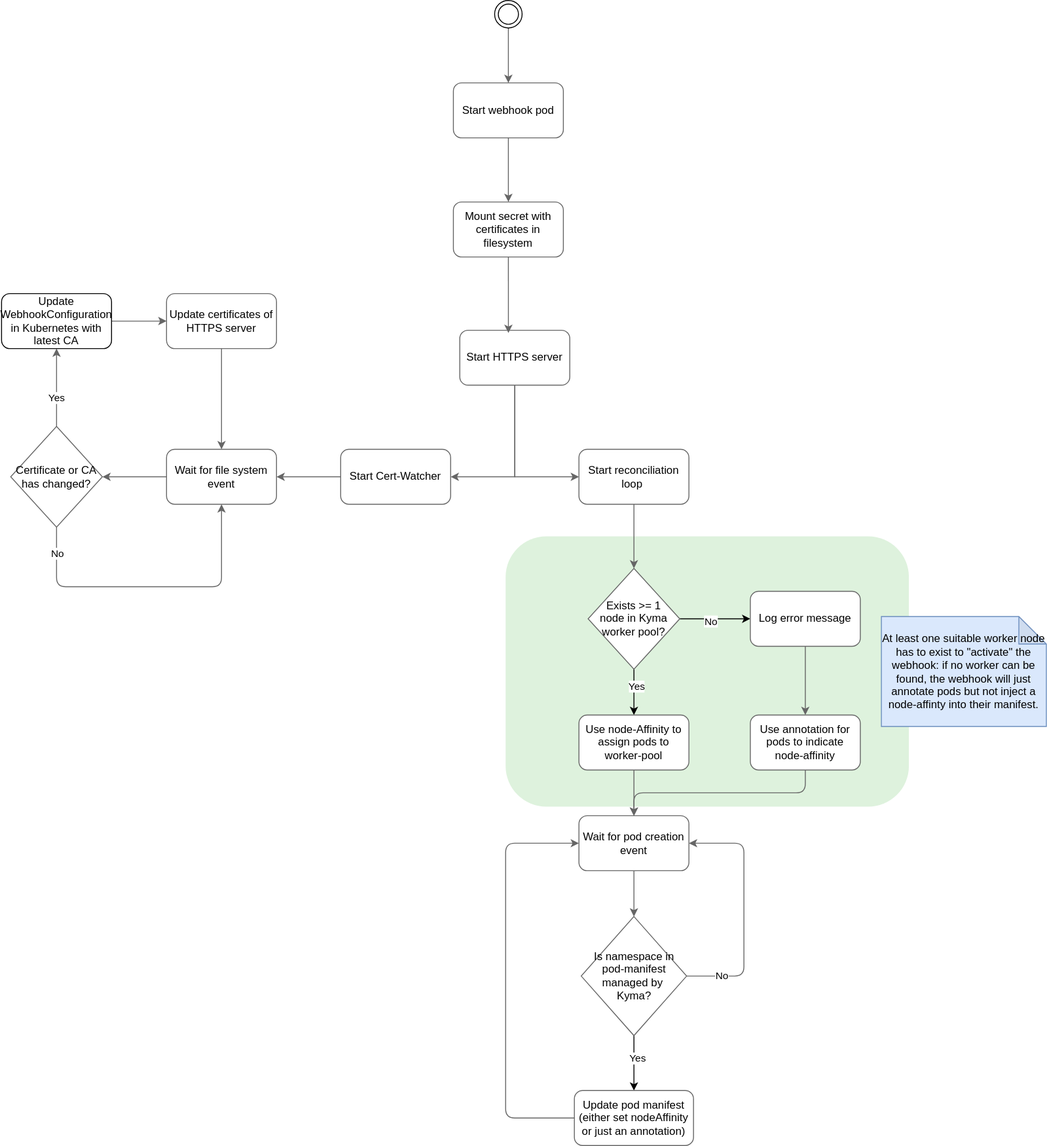
This is docs/contributor/assets/flow-snatch.svg from kyma-project/kim-snatch, a draw.io export, as it was before one commit. Source tidied: cells renumbered, new cells last; positions are measured from the earlier drawing's top-left corner, leaving out a move shared by most shapes.
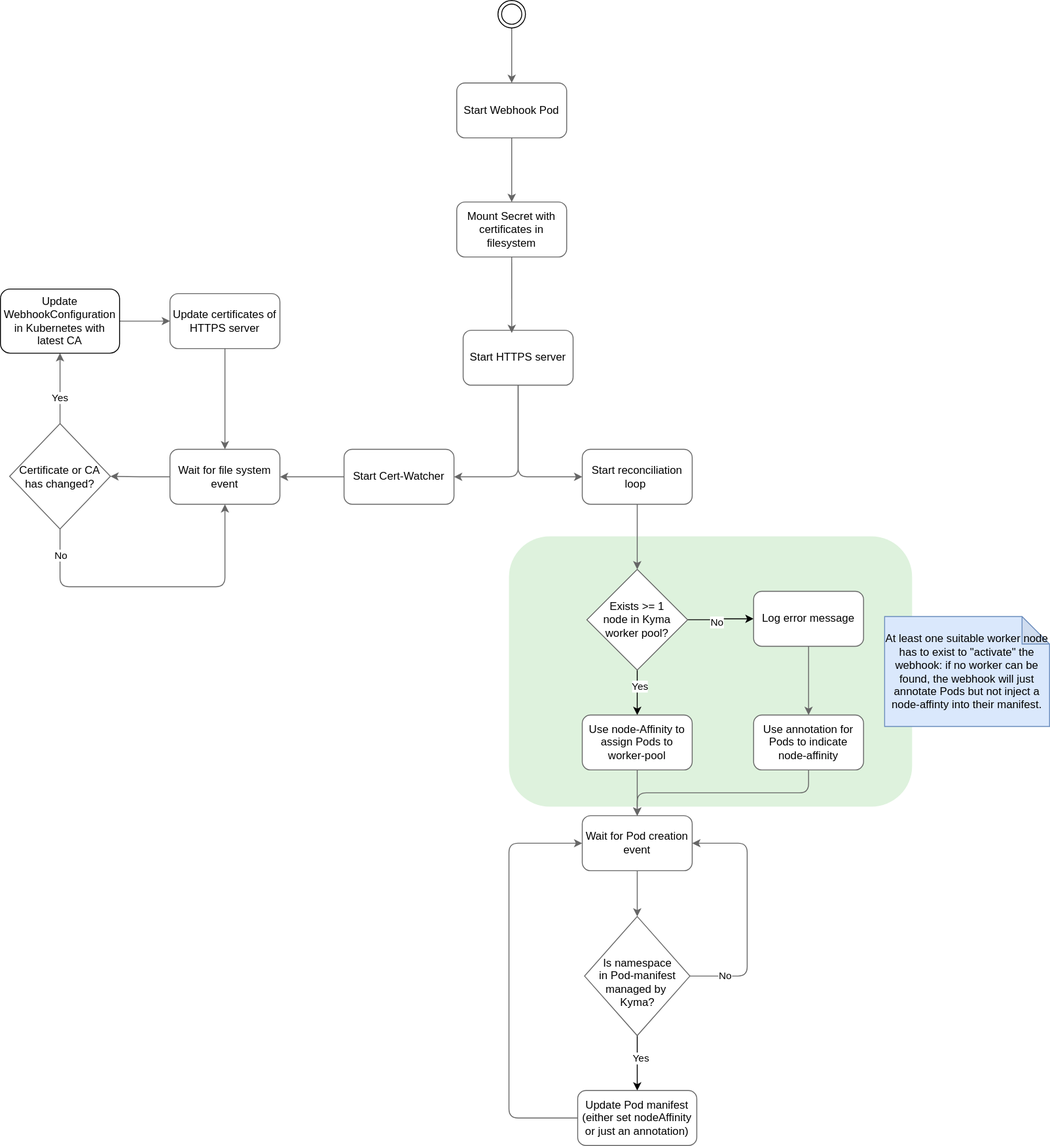
The same diagram one commit later.

What changed in the source:
```diff
@@ -8,7 +8,7 @@
     <mxCell id="3" style="edgeStyle=orthogonalEdgeStyle;rounded=0;jettySize=auto;html=1;exitX=0.5;exitY=1;exitDx=0;exitDy=0;entryX=0.5;entryY=0;entryDx=0;entryDy=0;strokeColor=#666666;" parent="1" edge="1" source="4" target="7">
       <mxGeometry relative="1" as="geometry" />
     </mxCell>
-    <mxCell id="4" value="Start webhook pod" style="rounded=1;whiteSpace=wrap;html=1;strokeColor=#666666;" parent="1" vertex="1">
+    <mxCell id="4" value="Start Webhook Pod" style="rounded=1;whiteSpace=wrap;html=1;strokeColor=#666666;" parent="1" vertex="1">
       <mxGeometry x="493" y="90" width="120" height="60" as="geometry" />
     </mxCell>
     <mxCell id="5" style="edgeStyle=orthogonalEdgeStyle;rounded=0;jettySize=auto;html=1;exitX=0.5;exitY=1;exitDx=0;exitDy=0;entryX=0.5;entryY=0;entryDx=0;entryDy=0;strokeColor=#666666;" parent="1" edge="1" source="6" target="4">
@@ -17,7 +17,7 @@
     <mxCell id="6" style="ellipse;shape=doubleEllipse;html=1;dashed=0;whiteSpace=wrap;" parent="1" vertex="1">
       <mxGeometry x="538" width="30" height="30" as="geometry" />
     </mxCell>
-    <mxCell id="7" value="Mount secret with certificates in filesystem" style="rounded=1;whiteSpace=wrap;html=1;strokeColor=#666666;" parent="1" vertex="1">
+    <mxCell id="7" value="Mount Secret with certificates in filesystem" style="rounded=1;whiteSpace=wrap;html=1;strokeColor=#666666;" parent="1" vertex="1">
       <mxGeometry x="493" y="220" width="120" height="60" as="geometry" />
     </mxCell>
     <mxCell id="8" style="edgeStyle=orthogonalEdgeStyle;rounded=0;jettySize=auto;html=1;exitX=1;exitY=0.5;exitDx=0;exitDy=0;entryX=0;entryY=0.5;entryDx=0;entryDy=0;" parent="1" edge="1" source="12" target="17">
@@ -33,12 +33,12 @@
       <mxGeometry x="-0.29" y="2" relative="1" as="geometry" />
     </mxCell>
     <mxCell id="12" value="Exists &amp;gt;= 1&lt;div&gt;node in Kyma worker pool?&lt;/div&gt;" style="rhombus;whiteSpace=wrap;html=1;strokeColor=#666666;" parent="1" vertex="1">
-      <mxGeometry x="640" y="620" width="100" height="110" as="geometry" />
+      <mxGeometry x="635" y="621" width="110" height="110" as="geometry" />
     </mxCell>
-    <mxCell id="13" style="edgeStyle=orthogonalEdgeStyle;rounded=0;jettySize=auto;html=1;exitX=0.5;exitY=1;exitDx=0;exitDy=0;entryX=0;entryY=0.5;entryDx=0;entryDy=0;strokeColor=#666666;" parent="1" edge="1" source="15" target="35">
+    <mxCell id="13" style="edgeStyle=orthogonalEdgeStyle;rounded=1;jettySize=auto;html=1;exitX=0.5;exitY=1;exitDx=0;exitDy=0;entryX=0;entryY=0.5;entryDx=0;entryDy=0;strokeColor=#666666;curved=0;" parent="1" edge="1" source="15" target="35">
       <mxGeometry relative="1" as="geometry" />
     </mxCell>
-    <mxCell id="14" style="edgeStyle=orthogonalEdgeStyle;rounded=0;jettySize=auto;html=1;exitX=0.5;exitY=1;exitDx=0;exitDy=0;entryX=1;entryY=0.5;entryDx=0;entryDy=0;strokeColor=#666666;" parent="1" edge="1" source="15" target="19">
+    <mxCell id="14" style="edgeStyle=orthogonalEdgeStyle;rounded=1;jettySize=auto;html=1;exitX=0.5;exitY=1;exitDx=0;exitDy=0;entryX=1;entryY=0.5;entryDx=0;entryDy=0;strokeColor=#666666;curved=0;" parent="1" edge="1" source="15" target="19">
       <mxGeometry relative="1" as="geometry" />
     </mxCell>
     <mxCell id="15" value="Start HTTPS server" style="rounded=1;whiteSpace=wrap;html=1;strokeColor=#666666;" parent="1" vertex="1">
@@ -59,7 +59,7 @@
     <mxCell id="20" style="edgeStyle=orthogonalEdgeStyle;rounded=1;jettySize=auto;html=1;exitX=0.5;exitY=1;exitDx=0;exitDy=0;entryX=0.5;entryY=0;entryDx=0;entryDy=0;strokeColor=#666666;curved=0;" parent="1" edge="1" source="21" target="41">
       <mxGeometry relative="1" as="geometry" />
     </mxCell>
-    <mxCell id="21" value="Use annotation for pods to indicate node-affinity" style="rounded=1;whiteSpace=wrap;html=1;strokeColor=#666666;" parent="1" vertex="1">
+    <mxCell id="21" value="Use annotation for Pods to indicate node-affinity" style="rounded=1;whiteSpace=wrap;html=1;strokeColor=#666666;" parent="1" vertex="1">
       <mxGeometry x="817" y="780" width="120" height="60" as="geometry" />
     </mxCell>
     <mxCell id="22" style="edgeStyle=orthogonalEdgeStyle;rounded=0;jettySize=auto;html=1;exitX=0.5;exitY=1;exitDx=0;exitDy=0;entryX=0.5;entryY=0;entryDx=0;entryDy=0;strokeColor=#666666;" parent="1" edge="1" source="35" target="12">
@@ -83,7 +83,7 @@
       <mxGeometry x="-0.25" y="1" relative="1" as="geometry" />
     </mxCell>
     <mxCell id="27" value="Certificate or CA has changed?" style="rhombus;whiteSpace=wrap;html=1;strokeColor=#666666;" parent="1" vertex="1">
-      <mxGeometry x="10" y="465" width="100" height="110" as="geometry" />
+      <mxGeometry x="5" y="462" width="110" height="115" as="geometry" />
     </mxCell>
     <mxCell id="28" style="edgeStyle=orthogonalEdgeStyle;rounded=0;jettySize=auto;html=1;exitX=0;exitY=0.5;exitDx=0;exitDy=0;entryX=1;entryY=0.5;entryDx=0;entryDy=0;strokeColor=#666666;" parent="1" edge="1" source="29" target="27">
       <mxGeometry relative="1" as="geometry" />
@@ -95,7 +95,7 @@
       <mxGeometry relative="1" as="geometry" />
     </mxCell>
     <mxCell id="31" value="Update WebhookConfiguration in Kubernetes with latest CA" style="rounded=1;whiteSpace=wrap;html=1;" parent="1" vertex="1">
-      <mxGeometry y="320" width="120" height="60" as="geometry" />
+      <mxGeometry x="-5" y="315" width="130" height="70" as="geometry" />
     </mxCell>
     <mxCell id="32" style="edgeStyle=orthogonalEdgeStyle;rounded=0;jettySize=auto;html=1;exitX=0.5;exitY=1;exitDx=0;exitDy=0;entryX=0.5;entryY=0;entryDx=0;entryDy=0;strokeColor=#666666;" parent="1" edge="1" source="33" target="29">
       <mxGeometry relative="1" as="geometry" />
@@ -112,7 +112,7 @@
     <mxCell id="36" style="edgeStyle=orthogonalEdgeStyle;rounded=0;jettySize=auto;html=1;exitX=0.5;exitY=1;exitDx=0;exitDy=0;entryX=0.5;entryY=0;entryDx=0;entryDy=0;strokeColor=#666666;" parent="1" edge="1" source="37" target="41">
       <mxGeometry relative="1" as="geometry" />
     </mxCell>
-    <mxCell id="37" value="Use node-Affinity to assign pods to worker-pool" style="rounded=1;whiteSpace=wrap;html=1;strokeColor=#666666;" parent="1" vertex="1">
+    <mxCell id="37" value="Use node-Affinity to assign Pods to worker-pool" style="rounded=1;whiteSpace=wrap;html=1;strokeColor=#666666;" parent="1" vertex="1">
       <mxGeometry x="630" y="780" width="120" height="60" as="geometry" />
     </mxCell>
     <mxCell id="38" style="edgeStyle=orthogonalEdgeStyle;rounded=0;jettySize=auto;html=1;exitX=0.5;exitY=1;exitDx=0;exitDy=0;entryX=0.5;entryY=0;entryDx=0;entryDy=0;" parent="1" edge="1" source="46" target="43">
@@ -124,7 +124,7 @@
     <mxCell id="40" style="edgeStyle=orthogonalEdgeStyle;rounded=0;jettySize=auto;html=1;exitX=0.5;exitY=1;exitDx=0;exitDy=0;entryX=0.5;entryY=0;entryDx=0;entryDy=0;strokeColor=#666666;" parent="1" edge="1" source="41" target="46">
       <mxGeometry relative="1" as="geometry" />
     </mxCell>
-    <mxCell id="41" value="Wait for pod creation event" style="rounded=1;whiteSpace=wrap;html=1;strokeColor=#666666;" parent="1" vertex="1">
+    <mxCell id="41" value="Wait for Pod creation event" style="rounded=1;whiteSpace=wrap;html=1;strokeColor=#666666;" parent="1" vertex="1">
       <mxGeometry x="630" y="890" width="120" height="60" as="geometry" />
     </mxCell>
     <mxCell id="42" style="edgeStyle=orthogonalEdgeStyle;rounded=1;jettySize=auto;html=1;exitX=0;exitY=0.5;exitDx=0;exitDy=0;entryX=0;entryY=0.5;entryDx=0;entryDy=0;curved=0;strokeColor=#666666;" parent="1" edge="1" source="43" target="41">
@@ -135,7 +135,7 @@
         </Array>
       </mxGeometry>
     </mxCell>
-    <mxCell id="43" value="Update pod manifest (either set nodeAffinity or just an annotation)" style="rounded=1;whiteSpace=wrap;html=1;strokeColor=#666666;" parent="1" vertex="1">
+    <mxCell id="43" value="Update Pod manifest (either set nodeAffinity or just an annotation)" style="rounded=1;whiteSpace=wrap;html=1;strokeColor=#666666;" parent="1" vertex="1">
       <mxGeometry x="625" y="1190" width="130" height="60" as="geometry" />
     </mxCell>
     <mxCell id="44" style="edgeStyle=orthogonalEdgeStyle;rounded=1;jettySize=auto;html=1;exitX=1;exitY=0.5;exitDx=0;exitDy=0;entryX=1;entryY=0.5;entryDx=0;entryDy=0;curved=0;strokeColor=#666666;" parent="1" edge="1" source="46" target="41">
@@ -149,10 +149,10 @@
     <mxCell id="45" value="No" style="edgeLabel;html=1;align=center;verticalAlign=middle;" parent="44" vertex="1">
       <mxGeometry x="-0.72" y="1" relative="1" as="geometry" />
     </mxCell>
-    <mxCell id="46" value="Is namespace in pod-manifest managed by&amp;nbsp;&lt;div&gt;Kyma?&lt;/div&gt;" style="rhombus;whiteSpace=wrap;html=1;strokeColor=#666666;" parent="1" vertex="1">
+    <mxCell id="46" value="&lt;div&gt;&lt;br&gt;&lt;/div&gt;Is namespace&lt;div&gt;in Pod-manifest managed by&amp;nbsp;&lt;div&gt;Kyma?&lt;/div&gt;&lt;/div&gt;" style="rhombus;whiteSpace=wrap;html=1;strokeColor=#666666;" parent="1" vertex="1">
       <mxGeometry x="632.5" y="1000" width="115" height="130" as="geometry" />
     </mxCell>
-    <mxCell id="47" value="At least one suitable worker node has to exist to &quot;activate&quot; the webhook: if no worker can be found, the webhook will just annotate pods but not inject a node-affinty into their manifest." style="shape=note;whiteSpace=wrap;html=1;backgroundOutline=1;darkOpacity=0.05;fillColor=#dae8fc;strokeColor=#6c8ebf;" parent="1" vertex="1">
+    <mxCell id="47" value="At least one suitable worker node has to exist to &quot;activate&quot; the webhook: if no worker can be found, the webhook will just annotate Pods but not inject a node-affinty into their manifest." style="shape=note;whiteSpace=wrap;html=1;backgroundOutline=1;darkOpacity=0.05;fillColor=#dae8fc;strokeColor=#6c8ebf;" parent="1" vertex="1">
       <mxGeometry x="960" y="672.5" width="180" height="120" as="geometry" />
     </mxCell>
   </root>
```
